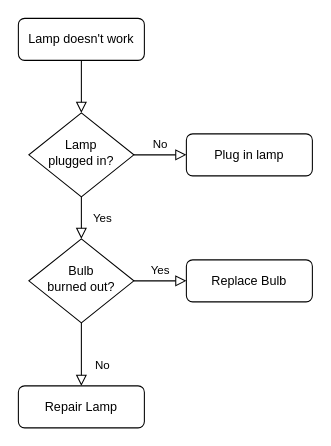
AmirAini/BackEndDay1 keeps this draw.io diagram as FlowchartDay4.drawio. Above is the earlier version. Source tidied: cells renumbered, new cells numbered last; positions are measured from the earlier drawing's top-left corner, leaving out a move shared by most shapes. Both pictures are drawn from the tidied source at 105%, with x=0, y=0 at pixel (18, 18).
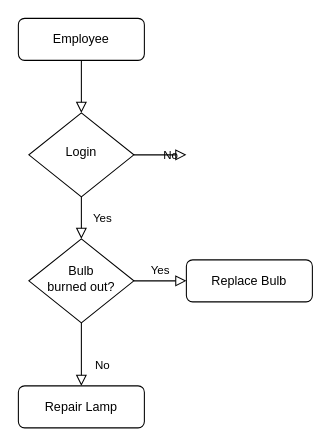
Above is the later version.

The edit, as a diff of the source:
```diff
@@
 <mxGraphModel>
   <root>
     <mxCell id="0" />
     <mxCell id="1" parent="0" />
     <mxCell id="2" style="rounded=0;html=1;jettySize=auto;fontSize=11;endArrow=block;endFill=0;endSize=8;strokeWidth=1;shadow=0;labelBackgroundColor=none;edgeStyle=orthogonalEdgeStyle;" parent="1" edge="1" source="3" target="6">
       <mxGeometry relative="1" as="geometry" />
     </mxCell>
-    <mxCell id="3" value="Lamp doesn't work" style="rounded=1;whiteSpace=wrap;html=1;fontSize=12;glass=0;strokeWidth=1;shadow=0;" parent="1" vertex="1">
+    <mxCell id="3" value="Employee" style="rounded=1;whiteSpace=wrap;html=1;fontSize=12;glass=0;strokeWidth=1;shadow=0;" parent="1" vertex="1">
       <mxGeometry width="120" height="40" as="geometry" />
     </mxCell>
     <mxCell id="4" value="Yes" style="rounded=0;html=1;jettySize=auto;fontSize=11;endArrow=block;endFill=0;endSize=8;strokeWidth=1;shadow=0;labelBackgroundColor=none;edgeStyle=orthogonalEdgeStyle;" parent="1" edge="1" source="6" target="10">
       <mxGeometry y="20" relative="1" as="geometry" />
     </mxCell>
-    <mxCell id="5" value="No" style="edgeStyle=orthogonalEdgeStyle;rounded=0;html=1;jettySize=auto;fontSize=11;endArrow=block;endFill=0;endSize=8;strokeWidth=1;shadow=0;labelBackgroundColor=none;" parent="1" edge="1" source="6" target="7">
-      <mxGeometry y="10" relative="1" as="geometry" />
+    <mxCell id="5" value="No" style="edgeStyle=orthogonalEdgeStyle;rounded=0;html=1;jettySize=auto;fontSize=11;endArrow=block;endFill=0;endSize=8;strokeWidth=1;shadow=0;labelBackgroundColor=none;" parent="1" edge="1" source="6">
+      <mxGeometry y="10" relative="1" as="geometry">
+        <mxPoint x="160" y="130" as="targetPoint" />
+      </mxGeometry>
     </mxCell>
-    <mxCell id="6" value="Lamp&lt;br&gt;plugged in?" style="rhombus;whiteSpace=wrap;html=1;shadow=0;fontFamily=Helvetica;fontSize=12;align=center;strokeWidth=1;spacing=6;spacingTop=-4;" parent="1" vertex="1">
+    <mxCell id="6" value="Login" style="rhombus;whiteSpace=wrap;html=1;shadow=0;fontFamily=Helvetica;fontSize=12;align=center;strokeWidth=1;spacing=6;spacingTop=-4;" parent="1" vertex="1">
       <mxGeometry x="10" y="90" width="100" height="80" as="geometry" />
     </mxCell>
-    <mxCell id="7" value="Plug in lamp" style="rounded=1;whiteSpace=wrap;html=1;fontSize=12;glass=0;strokeWidth=1;shadow=0;" parent="1" vertex="1">
-      <mxGeometry x="160" y="110" width="120" height="40" as="geometry" />
-    </mxCell>
     <mxCell id="8" value="No" style="rounded=0;html=1;jettySize=auto;fontSize=11;endArrow=block;endFill=0;endSize=8;strokeWidth=1;shadow=0;labelBackgroundColor=none;edgeStyle=orthogonalEdgeStyle;" parent="1" edge="1" source="10" target="11">
       <mxGeometry x="0.33" y="20" relative="1" as="geometry" />
     </mxCell>
     <mxCell id="9" value="Yes" style="edgeStyle=orthogonalEdgeStyle;rounded=0;html=1;jettySize=auto;fontSize=11;endArrow=block;endFill=0;endSize=8;strokeWidth=1;shadow=0;labelBackgroundColor=none;" parent="1" edge="1" source="10" target="12">
       <mxGeometry y="10" relative="1" as="geometry" />
     </mxCell>
     <mxCell id="10" value="Bulb&lt;br&gt;burned out?" style="rhombus;whiteSpace=wrap;html=1;shadow=0;fontFamily=Helvetica;fontSize=12;align=center;strokeWidth=1;spacing=6;spacingTop=-4;" parent="1" vertex="1">
       <mxGeometry x="10" y="210" width="100" height="80" as="geometry" />
     </mxCell>
     <mxCell id="11" value="Repair Lamp" style="rounded=1;whiteSpace=wrap;html=1;fontSize=12;glass=0;strokeWidth=1;shadow=0;" parent="1" vertex="1">
       <mxGeometry y="350" width="120" height="40" as="geometry" />
     </mxCell>
     <mxCell id="12" value="Replace Bulb" style="rounded=1;whiteSpace=wrap;html=1;fontSize=12;glass=0;strokeWidth=1;shadow=0;" parent="1" vertex="1">
       <mxGeometry x="160" y="230" width="120" height="40" as="geometry" />
     </mxCell>
   </root>
 </mxGraphModel>
```
